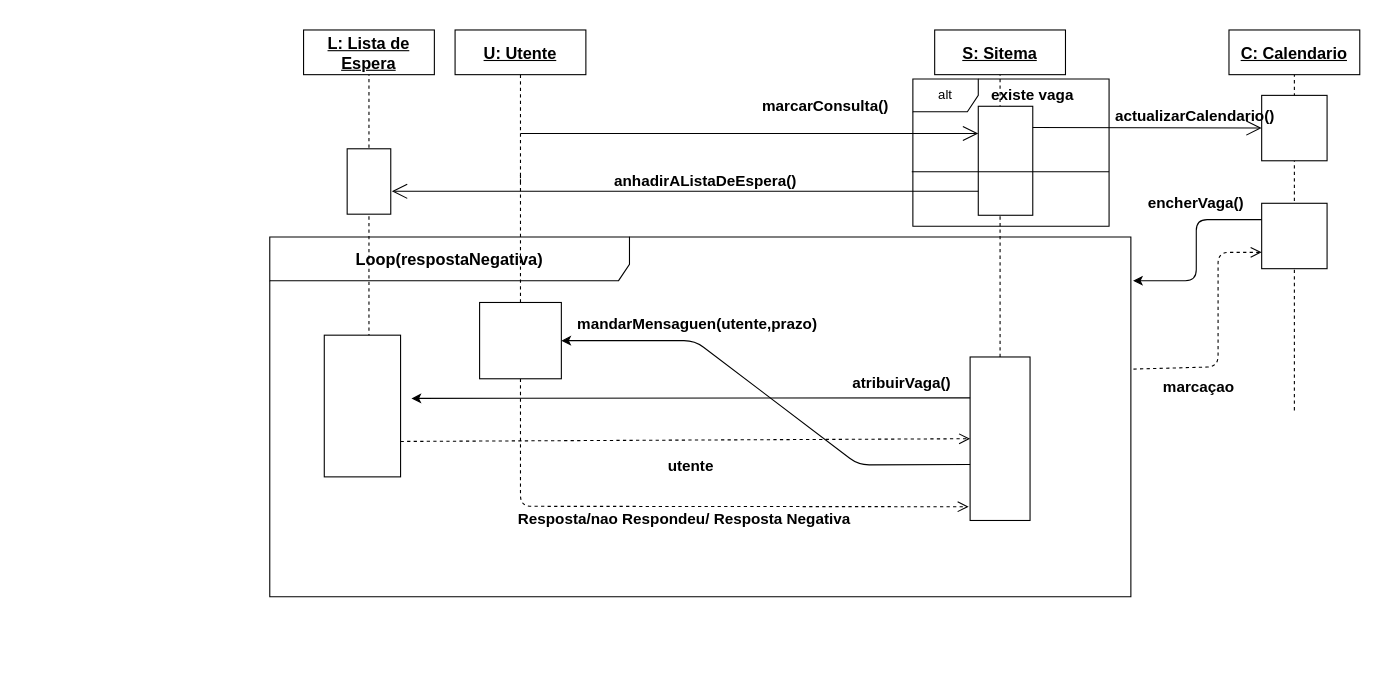
Earlier version of the draw.io diagram DiagramaDeSequencia-ListaDeEspera.drawio (getSierralta/Si-Centro-Hospitalar-Upskill). Source tidied: cells renumbered, new cells numbered last; positions are measured from the earlier drawing's top-left corner, leaving out a move shared by most shapes. Both pictures are drawn from the tidied source at 109%, with x=0, y=0 at pixel (269, 29).
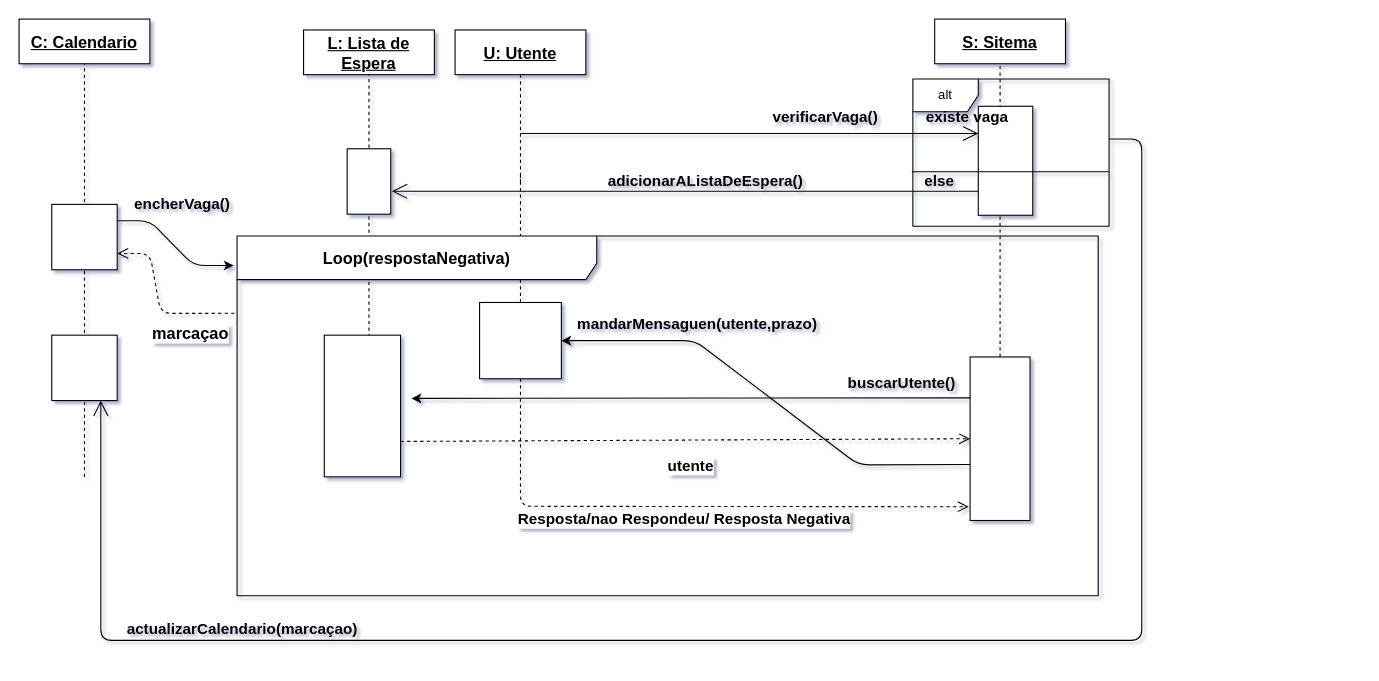
The same page after the edit.

Commit message:
Agora nao se lé como manga

What changed in the source:
```diff
@@
-<mxGraphModel>
+<mxGraphModel shadow="1">
@@
-    <mxCell id="3" value="&lt;font style=&quot;font-size: 15px&quot;&gt;&lt;b&gt;Loop(respostaNegativa)&lt;/b&gt;&lt;/font&gt;" style="shape=umlFrame;whiteSpace=wrap;html=1;strokeColor=#000000;fillColor=#ffffff;fontSize=14;width=330;height=40;" parent="1" vertex="1">
-      <mxGeometry y="190" width="790" height="330" as="geometry" />
-    </mxCell>
@@
-    <mxCell id="9" value="atribuirVaga()" style="text;html=1;strokeColor=none;fillColor=none;align=center;verticalAlign=middle;whiteSpace=wrap;rounded=0;fontStyle=1;fontSize=14;" parent="1" vertex="1">
+    <mxCell id="9" value="buscarUtente()" style="text;html=1;strokeColor=none;fillColor=none;align=center;verticalAlign=middle;whiteSpace=wrap;rounded=0;fontStyle=1;fontSize=14;" parent="1" vertex="1">
       <mxGeometry x="520" y="314" width="120" height="20" as="geometry" />
     </mxCell>
@@
     <mxCell id="18" value="S: Sitema" style="text;html=1;align=center;verticalAlign=middle;whiteSpace=wrap;rounded=0;fontStyle=5;fillColor=#ffffff;strokeColor=#000000;fontSize=15;" parent="1" vertex="1">
-      <mxGeometry x="610" width="120" height="41" as="geometry" />
+      <mxGeometry x="610" y="-10" width="120" height="41" as="geometry" />
     </mxCell>
@@
     <mxCell id="20" value="C: Calendario" style="text;html=1;align=center;verticalAlign=middle;whiteSpace=wrap;rounded=0;fontStyle=5;fillColor=#ffffff;strokeColor=#000000;fontSize=15;" parent="1" vertex="1">
-      <mxGeometry x="880" width="120" height="41" as="geometry" />
+      <mxGeometry x="-230" y="-10" width="120" height="41" as="geometry" />
     </mxCell>
-    <mxCell id="21" style="endArrow=none;dashed=1;html=1;entryX=0.5;entryY=1;entryDx=0;entryDy=0;" parent="1" edge="1" target="20">
-      <mxGeometry relative="1" as="geometry">
-        <mxPoint x="940" y="349" as="sourcePoint" />
-      </mxGeometry>
-    </mxCell>
-    <mxCell id="22" style="rounded=0;whiteSpace=wrap;html=1;" parent="1" vertex="1">
-      <mxGeometry x="910" y="159" width="60" height="60" as="geometry" />
-    </mxCell>
-    <mxCell id="23" style="endArrow=classic;html=1;exitX=0;exitY=0.25;exitDx=0;exitDy=0;" parent="1" edge="1" source="22">
-      <mxGeometry relative="1" as="geometry">
-        <mxPoint x="792" y="230" as="targetPoint" />
-        <Array as="points">
-          <mxPoint x="850" y="174" />
-          <mxPoint x="850" y="230" />
-        </Array>
-      </mxGeometry>
-    </mxCell>
-    <mxCell id="24" value="&lt;b&gt;&lt;font style=&quot;font-size: 14px&quot;&gt;marcaçao&lt;/font&gt;&lt;/b&gt;" style="html=1;verticalAlign=bottom;endArrow=open;dashed=1;endSize=8;exitX=1.003;exitY=0.367;exitDx=0;exitDy=0;exitPerimeter=0;entryX=0;entryY=0.75;entryDx=0;entryDy=0;" parent="1" edge="1" source="3" target="22">
-      <mxGeometry x="-0.47" y="-30" relative="1" as="geometry">
-        <Array as="points">
-          <mxPoint x="870" y="309" />
-          <mxPoint x="870" y="204" />
-        </Array>
-      </mxGeometry>
-    </mxCell>
-    <mxCell id="25" value="encherVaga()" style="text;html=1;strokeColor=none;fillColor=none;align=center;verticalAlign=middle;whiteSpace=wrap;rounded=0;fontStyle=1;fontSize=14;" parent="1" vertex="1">
-      <mxGeometry x="790" y="149" width="120" height="20" as="geometry" />
-    </mxCell>
@@
-    <mxCell id="28" value="marcarConsulta()" style="text;html=1;strokeColor=none;fillColor=none;align=center;verticalAlign=middle;whiteSpace=wrap;rounded=0;fontStyle=1;fontSize=14;" parent="1" vertex="1">
-      <mxGeometry x="450" y="60" width="120" height="20" as="geometry" />
+    <mxCell id="28" value="verificarVaga()" style="text;html=1;strokeColor=none;fillColor=none;align=center;verticalAlign=middle;whiteSpace=wrap;rounded=0;fontStyle=1;fontSize=14;" parent="1" vertex="1">
+      <mxGeometry x="450" y="70" width="120" height="20" as="geometry" />
     </mxCell>
     <mxCell id="29" value="existe vaga" style="text;html=1;strokeColor=none;fillColor=none;align=center;verticalAlign=middle;whiteSpace=wrap;rounded=0;fontStyle=1;fontSize=14;" parent="1" vertex="1">
-      <mxGeometry x="640" y="50" width="120" height="20" as="geometry" />
+      <mxGeometry x="580" y="70" width="120" height="20" as="geometry" />
     </mxCell>
@@
-    <mxCell id="32" style="rounded=0;whiteSpace=wrap;html=1;" parent="1" vertex="1">
-      <mxGeometry x="910" y="60" width="60" height="60" as="geometry" />
-    </mxCell>
-    <mxCell id="33" style="endArrow=open;endFill=1;endSize=12;html=1;entryX=0;entryY=0.5;entryDx=0;entryDy=0;" parent="1" edge="1" target="32">
-      <mxGeometry relative="1" as="geometry">
-        <mxPoint x="700" y="89.5" as="sourcePoint" />
-      </mxGeometry>
-    </mxCell>
-    <mxCell id="34" value="actualizarCalendario()" style="text;html=1;strokeColor=none;fillColor=none;align=center;verticalAlign=middle;whiteSpace=wrap;rounded=0;fontStyle=1;fontSize=14;" parent="1" vertex="1">
-      <mxGeometry x="789" y="69" width="120" height="20" as="geometry" />
-    </mxCell>
@@
-    <mxCell id="36" value="anhadirAListaDeEspera()" style="text;html=1;strokeColor=none;fillColor=none;align=center;verticalAlign=middle;whiteSpace=wrap;rounded=0;fontStyle=1;fontSize=14;" parent="1" vertex="1">
+    <mxCell id="36" value="adicionarAListaDeEspera()" style="text;html=1;strokeColor=none;fillColor=none;align=center;verticalAlign=middle;whiteSpace=wrap;rounded=0;fontStyle=1;fontSize=14;" parent="1" vertex="1">
       <mxGeometry x="310" y="129" width="180" height="20" as="geometry" />
     </mxCell>
+    <mxCell id="37" style="endArrow=none;dashed=1;html=1;entryX=0.5;entryY=1;entryDx=0;entryDy=0;" parent="1" edge="1" target="20">
+      <mxGeometry relative="1" as="geometry">
+        <mxPoint x="-170" y="410" as="sourcePoint" />
+      </mxGeometry>
+    </mxCell>
+    <mxCell id="32" style="rounded=0;whiteSpace=wrap;html=1;" parent="1" vertex="1">
+      <mxGeometry x="-200" y="280" width="60" height="60" as="geometry" />
+    </mxCell>
+    <mxCell id="22" style="rounded=0;whiteSpace=wrap;html=1;" parent="1" vertex="1">
+      <mxGeometry x="-200" y="160" width="60" height="60" as="geometry" />
+    </mxCell>
+    <mxCell id="38" style="endArrow=open;endFill=1;endSize=12;html=1;entryX=0.75;entryY=1;entryDx=0;entryDy=0;" parent="1" edge="1" target="32">
+      <mxGeometry relative="1" as="geometry">
+        <mxPoint x="770" y="100" as="sourcePoint" />
+        <Array as="points">
+          <mxPoint x="800" y="100" />
+          <mxPoint x="800" y="560" />
+          <mxPoint x="-155" y="560" />
+        </Array>
+      </mxGeometry>
+    </mxCell>
+    <mxCell id="3" value="&lt;font style=&quot;font-size: 15px&quot;&gt;&lt;b&gt;Loop(respostaNegativa)&lt;/b&gt;&lt;/font&gt;" style="shape=umlFrame;whiteSpace=wrap;html=1;strokeColor=#000000;fillColor=#ffffff;fontSize=14;width=330;height=40;" parent="1" vertex="1">
+      <mxGeometry x="-30" y="189" width="790" height="330" as="geometry" />
+    </mxCell>
+    <mxCell id="39" value="actualizarCalendario(marcaçao)" style="text;html=1;strokeColor=none;fillColor=none;align=center;verticalAlign=middle;whiteSpace=wrap;rounded=0;fontStyle=1;fontSize=14;" parent="1" vertex="1">
+      <mxGeometry x="-130" y="540" width="210" height="20" as="geometry" />
+    </mxCell>
+    <mxCell id="40" style="endArrow=classic;html=1;exitX=1;exitY=0.25;exitDx=0;exitDy=0;entryX=-0.004;entryY=0.082;entryDx=0;entryDy=0;entryPerimeter=0;" parent="1" edge="1" source="22" target="3">
+      <mxGeometry relative="1" as="geometry">
+        <Array as="points">
+          <mxPoint x="-110" y="175" />
+          <mxPoint x="-70" y="216" />
+        </Array>
+      </mxGeometry>
+    </mxCell>
+    <mxCell id="24" value="&lt;b&gt;&lt;font style=&quot;font-size: 15px&quot;&gt;marcaçao&lt;/font&gt;&lt;/b&gt;" style="html=1;verticalAlign=bottom;endArrow=open;dashed=1;endSize=8;exitX=-0.003;exitY=0.215;exitDx=0;exitDy=0;exitPerimeter=0;entryX=1;entryY=0.75;entryDx=0;entryDy=0;" parent="1" edge="1" source="3" target="22">
+      <mxGeometry x="-0.47" y="30" relative="1" as="geometry">
+        <Array as="points">
+          <mxPoint x="-100" y="260" />
+          <mxPoint x="-110" y="205" />
+        </Array>
+      </mxGeometry>
+    </mxCell>
+    <mxCell id="25" value="encherVaga()" style="text;html=1;strokeColor=none;fillColor=none;align=center;verticalAlign=middle;whiteSpace=wrap;rounded=0;fontStyle=1;fontSize=14;" parent="1" vertex="1">
+      <mxGeometry x="-140" y="150" width="120" height="20" as="geometry" />
+    </mxCell>
+    <mxCell id="41" value="else" style="text;html=1;strokeColor=none;fillColor=none;align=center;verticalAlign=middle;whiteSpace=wrap;rounded=0;fontStyle=1;fontSize=14;" parent="1" vertex="1">
+      <mxGeometry x="587.5" y="129" width="52.5" height="20" as="geometry" />
+    </mxCell>
```
